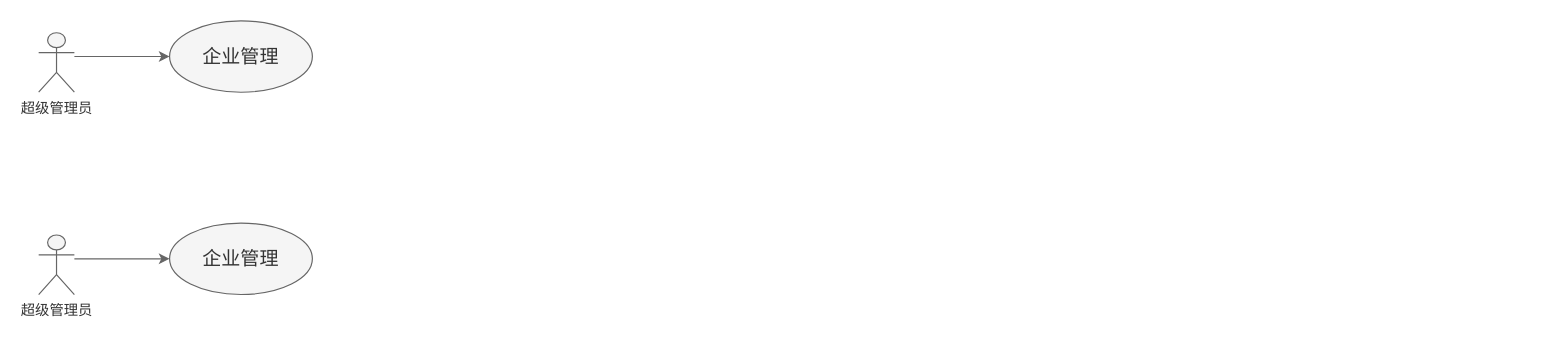
The draw.io diagram 人力资源管理.drawio in cuitao1998/diagram, before the edit. Source tidied: cells renumbered, new cells numbered last; positions are measured from the earlier drawing's top-left corner, leaving out a move shared by most shapes. Both pictures are drawn from the tidied source at 119%, with x=0, y=0 at pixel (38, 20).
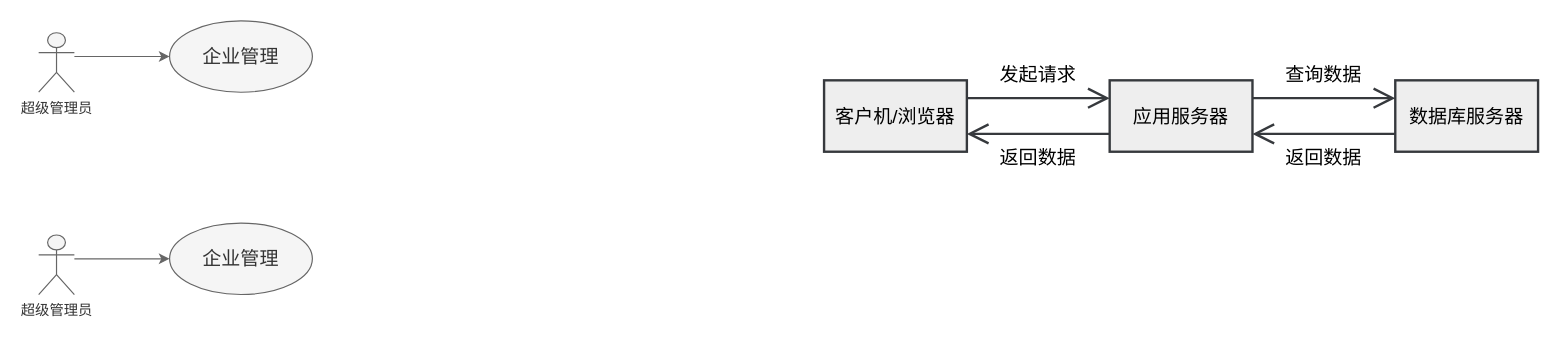
The same diagram, later.

Commit message:
更新人力资源管理.drawio

Change to the diagram source:
```diff
@@
+    <mxCell id="8" style="edgeStyle=none;curved=1;rounded=0;jettySize=auto;html=1;exitX=0;exitY=0.75;exitDx=0;exitDy=0;entryX=1;entryY=0.75;entryDx=0;entryDy=0;endArrow=open;startSize=14;endSize=14;sourcePerimeterSpacing=8;targetPerimeterSpacing=8;fillColor=#eeeeee;strokeColor=#36393d;strokeWidth=2;" parent="1" edge="1" source="9" target="12">
+      <mxGeometry relative="1" as="geometry" />
+    </mxCell>
+    <mxCell id="9" value="&lt;font style=&quot;font-size: 16px&quot;&gt;数据库服务器&lt;/font&gt;" style="whiteSpace=wrap;html=1;hachureGap=4;fillColor=#eeeeee;strokeColor=#36393d;strokeWidth=2;" parent="1" vertex="1">
+      <mxGeometry x="1140" y="50" width="120" height="60" as="geometry" />
+    </mxCell>
+    <mxCell id="10" style="edgeStyle=none;curved=1;rounded=0;jettySize=auto;html=1;exitX=0;exitY=0.75;exitDx=0;exitDy=0;entryX=1;entryY=0.75;entryDx=0;entryDy=0;endArrow=open;startSize=14;endSize=14;sourcePerimeterSpacing=8;targetPerimeterSpacing=8;fillColor=#eeeeee;strokeColor=#36393d;strokeWidth=2;" parent="1" edge="1" source="12" target="14">
+      <mxGeometry relative="1" as="geometry" />
+    </mxCell>
+    <mxCell id="11" style="edgeStyle=none;curved=1;rounded=0;jettySize=auto;html=1;exitX=1;exitY=0.25;exitDx=0;exitDy=0;entryX=0;entryY=0.25;entryDx=0;entryDy=0;endArrow=open;startSize=14;endSize=14;sourcePerimeterSpacing=8;targetPerimeterSpacing=8;fillColor=#eeeeee;strokeColor=#36393d;strokeWidth=2;" parent="1" edge="1" source="12" target="9">
+      <mxGeometry relative="1" as="geometry" />
+    </mxCell>
+    <mxCell id="12" value="&lt;font style=&quot;font-size: 16px&quot;&gt;应用服务器&lt;/font&gt;" style="whiteSpace=wrap;html=1;hachureGap=4;fillColor=#eeeeee;strokeColor=#36393d;strokeWidth=2;" parent="1" vertex="1">
+      <mxGeometry x="900" y="50" width="120" height="60" as="geometry" />
+    </mxCell>
+    <mxCell id="13" style="edgeStyle=none;curved=1;rounded=0;jettySize=auto;html=1;exitX=1;exitY=0.25;exitDx=0;exitDy=0;entryX=0;entryY=0.25;entryDx=0;entryDy=0;endArrow=open;startSize=14;endSize=14;sourcePerimeterSpacing=8;targetPerimeterSpacing=8;fillColor=#eeeeee;strokeColor=#36393d;strokeWidth=2;" parent="1" edge="1" source="14" target="12">
+      <mxGeometry relative="1" as="geometry" />
+    </mxCell>
+    <mxCell id="14" value="&lt;font style=&quot;font-size: 16px&quot;&gt;客户机/浏览器&lt;/font&gt;" style="whiteSpace=wrap;html=1;hachureGap=4;fillColor=#eeeeee;strokeColor=#36393d;strokeWidth=2;" parent="1" vertex="1">
+      <mxGeometry x="660" y="50" width="120" height="60" as="geometry" />
+    </mxCell>
+    <mxCell id="15" value="发起请求" style="text;strokeColor=none;fillColor=none;html=1;align=center;verticalAlign=middle;whiteSpace=wrap;rounded=0;hachureGap=4;fontSize=16;" parent="1" vertex="1">
+      <mxGeometry x="800" y="30" width="80" height="30" as="geometry" />
+    </mxCell>
+    <mxCell id="16" value="返回数据" style="text;strokeColor=none;fillColor=none;html=1;align=center;verticalAlign=middle;whiteSpace=wrap;rounded=0;hachureGap=4;fontSize=16;" parent="1" vertex="1">
+      <mxGeometry x="800" y="100" width="80" height="30" as="geometry" />
+    </mxCell>
+    <mxCell id="17" value="查询数据" style="text;strokeColor=none;fillColor=none;html=1;align=center;verticalAlign=middle;whiteSpace=wrap;rounded=0;hachureGap=4;fontSize=16;" parent="1" vertex="1">
+      <mxGeometry x="1040" y="30" width="80" height="30" as="geometry" />
+    </mxCell>
+    <mxCell id="18" value="返回数据" style="text;strokeColor=none;fillColor=none;html=1;align=center;verticalAlign=middle;whiteSpace=wrap;rounded=0;hachureGap=4;fontSize=16;" parent="1" vertex="1">
+      <mxGeometry x="1040" y="100" width="80" height="30" as="geometry" />
+    </mxCell>
```
